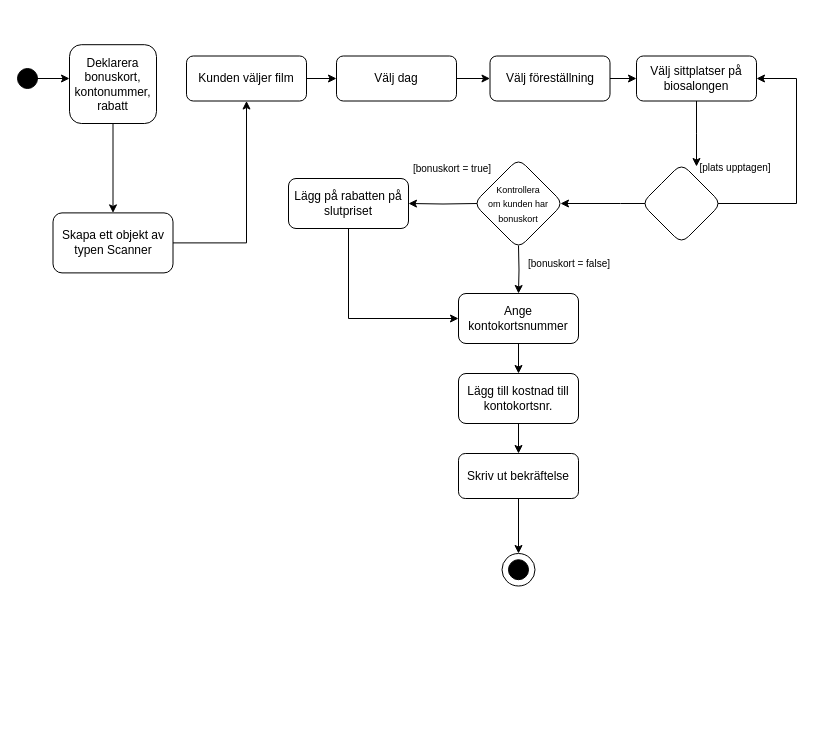
Earlier version of the draw.io diagram U10.drawio (ninijonsson/diagram). Source tidied: cells renumbered, new cells numbered last; positions are measured from the earlier drawing's top-left corner, leaving out a move shared by most shapes. Both pictures are drawn from the tidied source at 100%, with x=0, y=0 at pixel (17, 44).
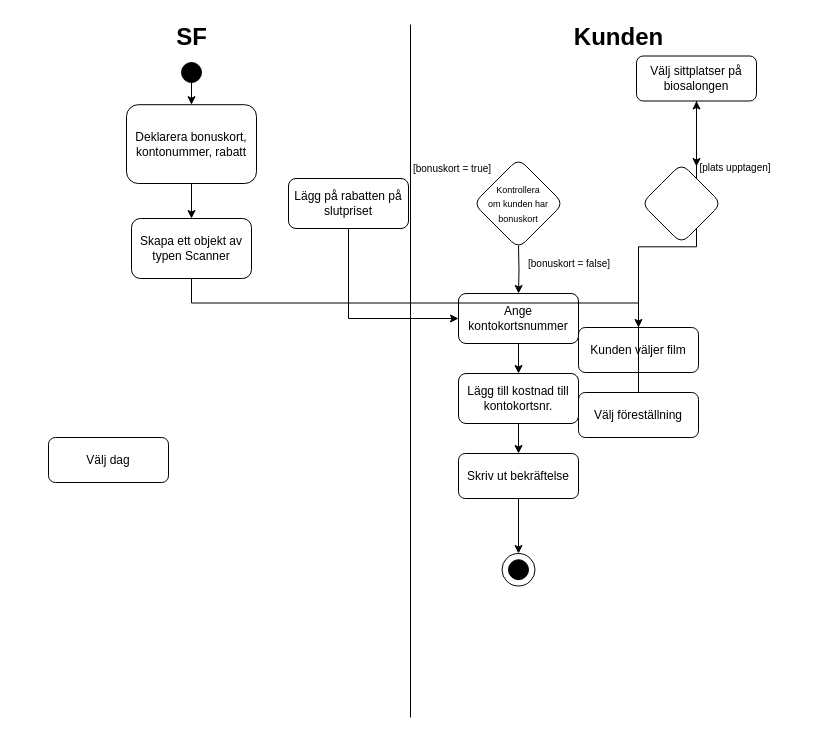
The same diagram, later.

The change refers to these unchanged cells:
```xml
<mxCell id="11" value="Välj sittplatser på biosalongen" style="whiteSpace=wrap;html=1;fillColor=#FFFFFF;rounded=1;" parent="1" vertex="1">
  <mxGeometry x="619" y="11.5" width="120" height="45" as="geometry" />
</mxCell>
<mxCell id="14" style="rhombus;whiteSpace=wrap;html=1;fillColor=#FFFFFF;rounded=1;" parent="1" vertex="1">
  <mxGeometry x="624" y="119" width="80" height="80" as="geometry" />
</mxCell>
<mxCell id="22" value="Lägg på rabatten på slutpriset" style="whiteSpace=wrap;html=1;fillColor=#FFFFFF;rounded=1;" parent="1" vertex="1">
  <mxGeometry x="271" y="134" width="120" height="50" as="geometry" />
</mxCell>
```

The edit, as a diff of the source:
```diff
@@
-    <mxCell id="2" style="edgeStyle=orthogonalEdgeStyle;rounded=0;orthogonalLoop=1;jettySize=auto;html=1;exitX=1;exitY=0.5;exitDx=0;exitDy=0;" parent="1" edge="1">
-      <mxGeometry relative="1" as="geometry">
-        <mxPoint x="13" y="34" as="sourcePoint" />
-        <mxPoint x="52" y="34" as="targetPoint" />
-      </mxGeometry>
-    </mxCell>
+    <mxCell id="35" style="edgeStyle=orthogonalEdgeStyle;rounded=0;jettySize=auto;html=1;" parent="1" edge="1" source="3" target="20">
+      <mxGeometry relative="1" as="geometry" />
+    </mxCell>
     <mxCell id="3" style="ellipse;whiteSpace=wrap;html=1;fillColor=#000000;" parent="1" vertex="1">
-      <mxGeometry y="24" width="20" height="20" as="geometry" />
+      <mxGeometry x="164" y="18" width="20" height="20" as="geometry" />
     </mxCell>
-    <mxCell id="4" style="edgeStyle=orthogonalEdgeStyle;rounded=0;jettySize=auto;html=1;" parent="1" edge="1" source="5" target="7">
-      <mxGeometry relative="1" as="geometry" />
-    </mxCell>
     <mxCell id="5" value="Kunden väljer film" style="rounded=1;whiteSpace=wrap;html=1;fillColor=#FFFFFF;" parent="1" vertex="1">
-      <mxGeometry x="169" y="11.5" width="120" height="45" as="geometry" />
+      <mxGeometry x="561" y="283" width="120" height="45" as="geometry" />
     </mxCell>
-    <mxCell id="6" style="edgeStyle=orthogonalEdgeStyle;rounded=0;jettySize=auto;html=1;" parent="1" edge="1" source="7" target="9">
-      <mxGeometry relative="1" as="geometry" />
-    </mxCell>
     <mxCell id="7" value="Välj dag" style="whiteSpace=wrap;html=1;fillColor=#FFFFFF;rounded=1;" parent="1" vertex="1">
-      <mxGeometry x="319" y="11.5" width="120" height="45" as="geometry" />
+      <mxGeometry x="31" y="393" width="120" height="45" as="geometry" />
     </mxCell>
@@
     <mxCell id="9" value="Välj föreställning" style="whiteSpace=wrap;html=1;fillColor=#FFFFFF;rounded=1;" parent="1" vertex="1">
-      <mxGeometry x="472.5" y="11.5" width="120" height="45" as="geometry" />
+      <mxGeometry x="561" y="348" width="120" height="45" as="geometry" />
     </mxCell>
@@
-    <mxCell id="12" style="edgeStyle=orthogonalEdgeStyle;rounded=0;jettySize=auto;html=1;exitX=0.954;exitY=0.5;exitDx=0;exitDy=0;entryX=1;entryY=0.5;entryDx=0;entryDy=0;exitPerimeter=0;" parent="1" edge="1" source="14" target="11">
-      <mxGeometry relative="1" as="geometry">
-        <Array as="points">
-          <mxPoint x="779" y="159" />
-          <mxPoint x="779" y="34" />
-        </Array>
-      </mxGeometry>
-    </mxCell>
-    <mxCell id="13" style="edgeStyle=orthogonalEdgeStyle;rounded=0;orthogonalLoop=1;jettySize=auto;html=1;" parent="1" edge="1">
-      <mxGeometry relative="1" as="geometry">
-        <mxPoint x="628" y="159" as="sourcePoint" />
-        <mxPoint x="543" y="159" as="targetPoint" />
-        <Array as="points">
-          <mxPoint x="603" y="159" />
-          <mxPoint x="603" y="159" />
-        </Array>
-      </mxGeometry>
-    </mxCell>
@@
-    <mxCell id="16" style="edgeStyle=orthogonalEdgeStyle;rounded=0;jettySize=auto;html=1;entryX=1;entryY=0.5;entryDx=0;entryDy=0;" parent="1" edge="1" target="22">
-      <mxGeometry relative="1" as="geometry">
-        <mxPoint x="460" y="159" as="sourcePoint" />
-      </mxGeometry>
-    </mxCell>
@@
     <mxCell id="20" value="Deklarera bonuskort, kontonummer, rabatt" style="rounded=1;whiteSpace=wrap;html=1;" parent="1" vertex="1">
-      <mxGeometry x="52" y="0.2" width="87" height="78.8" as="geometry" />
+      <mxGeometry x="109" y="60.2" width="130" height="78.8" as="geometry" />
     </mxCell>
@@
-    <mxCell id="33" style="edgeStyle=orthogonalEdgeStyle;rounded=0;jettySize=auto;html=1;exitX=1;exitY=0.5;exitDx=0;exitDy=0;entryX=0.5;entryY=1;entryDx=0;entryDy=0;" parent="1" edge="1" source="34" target="5">
+    <mxCell id="33" style="edgeStyle=orthogonalEdgeStyle;rounded=0;jettySize=auto;html=1;exitX=0.5;exitY=1;exitDx=0;exitDy=0;entryX=0.5;entryY=0;entryDx=0;entryDy=0;" parent="1" edge="1" source="34" target="5">
       <mxGeometry relative="1" as="geometry" />
     </mxCell>
     <mxCell id="34" value="Skapa ett objekt av typen Scanner" style="whiteSpace=wrap;html=1;rounded=1;" parent="1" vertex="1">
-      <mxGeometry x="35.5" y="168.4" width="120" height="60" as="geometry" />
+      <mxGeometry x="114" y="174" width="120" height="60" as="geometry" />
     </mxCell>
+    <mxCell id="36" style="endArrow=none;html=1;rounded=0;" parent="1" edge="1">
+      <mxGeometry relative="1" as="geometry">
+        <mxPoint x="393" y="673" as="sourcePoint" />
+        <mxPoint x="393" y="-20" as="targetPoint" />
+      </mxGeometry>
+    </mxCell>
+    <mxCell id="37" value="&lt;font style=&quot;font-size: 24px;&quot;&gt;SF&lt;/font&gt;" style="text;html=1;align=center;verticalAlign=middle;strokeColor=none;fillColor=none;fontStyle=1;" parent="1" vertex="1">
+      <mxGeometry x="149" y="-27" width="50" height="40" as="geometry" />
+    </mxCell>
+    <mxCell id="38" value="&lt;font style=&quot;font-size: 24px;&quot;&gt;&lt;b&gt;Kunden&lt;/b&gt;&lt;/font&gt;" style="text;html=1;align=center;verticalAlign=middle;strokeColor=none;fillColor=none;" parent="1" vertex="1">
+      <mxGeometry x="546" y="-27" width="110" height="40" as="geometry" />
+    </mxCell>
```
